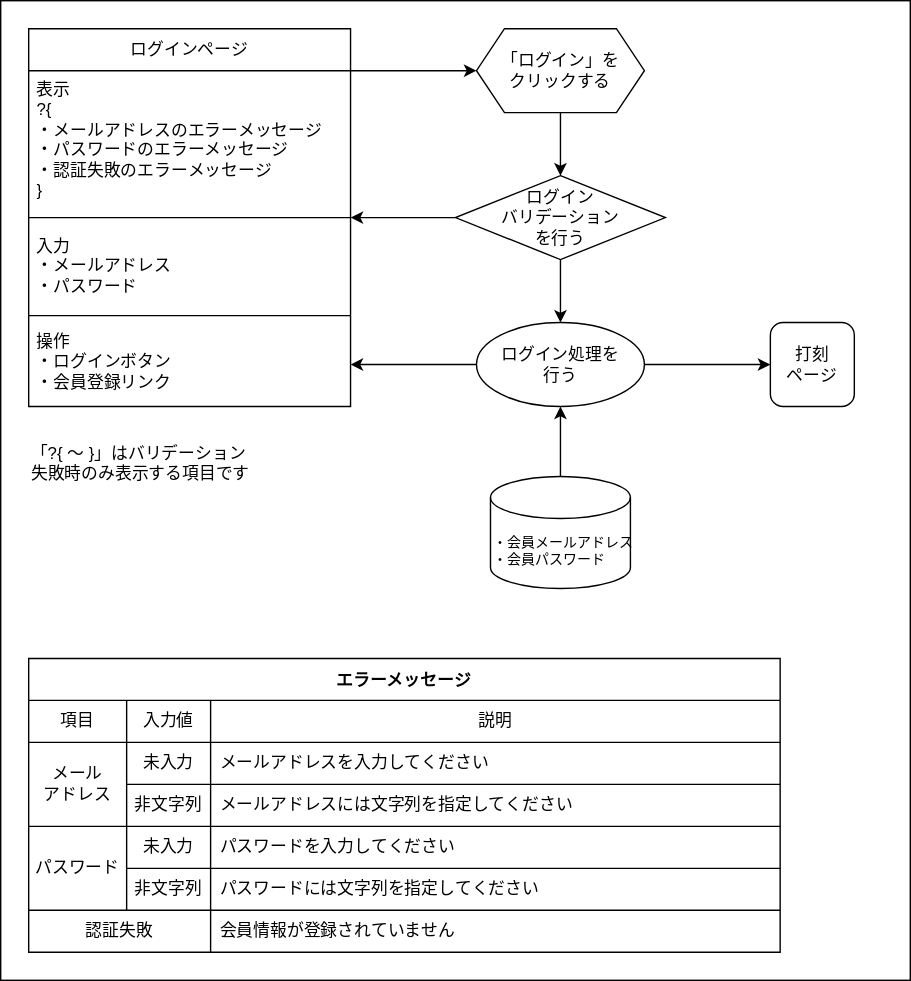
This is doc/画面遷移図/認証ページ/ログイン.drawio.svg from ryamao/atte, a draw.io export, as it was before one commit. Source tidied: cells renumbered, new cells last; positions are measured from the earlier drawing's top-left corner, leaving out a move shared by most shapes.
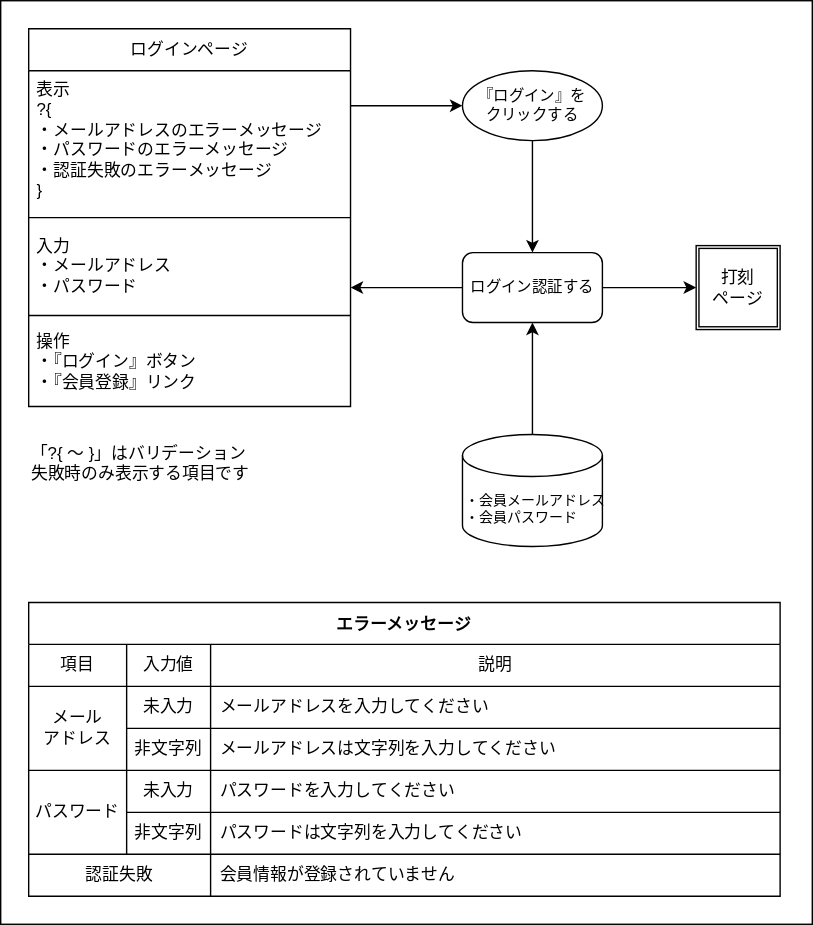
The same diagram one commit later.

What changed in the source:
```diff
@@ -3,7 +3,7 @@
     <mxCell id="0" />
     <mxCell id="1" parent="0" />
     <mxCell id="2" style="rounded=0;whiteSpace=wrap;html=1;" parent="1" vertex="1">
-      <mxGeometry width="650" height="700" as="geometry" />
+      <mxGeometry width="580" height="660" as="geometry" />
     </mxCell>
     <mxCell id="3" value="ログインページ" style="swimlane;fontStyle=0;horizontal=1;startSize=30;whiteSpace=wrap;html=1;flipH=1;flipV=0;" parent="1" vertex="1">
       <mxGeometry x="20" y="20" width="230" height="270" as="geometry" />
@@ -20,41 +20,23 @@
     <mxCell id="7" style="line;strokeWidth=1;html=1;" parent="3" vertex="1">
       <mxGeometry y="200" width="230" height="10" as="geometry" />
     </mxCell>
-    <mxCell id="8" value="操作&lt;br&gt;・ログインボタン&lt;br&gt;・会員登録リンク" style="text;strokeColor=none;fillColor=none;align=left;verticalAlign=top;spacingLeft=4;spacingRight=4;overflow=hidden;portConstraint=eastwest;whiteSpace=wrap;html=1;strokeWidth=1;" parent="3" vertex="1">
+    <mxCell id="8" value="操作&lt;br&gt;・『ログイン』ボタン&lt;br&gt;・『会員登録』リンク" style="text;strokeColor=none;fillColor=none;align=left;verticalAlign=top;spacingLeft=4;spacingRight=4;overflow=hidden;portConstraint=eastwest;whiteSpace=wrap;html=1;strokeWidth=1;" parent="3" vertex="1">
       <mxGeometry y="210" width="230" height="60" as="geometry" />
     </mxCell>
-    <mxCell id="9" value="打刻&lt;br&gt;ページ" style="rounded=1;whiteSpace=wrap;html=1;" parent="1" vertex="1">
-      <mxGeometry x="550" y="230" width="60" height="60" as="geometry" />
-    </mxCell>
-    <mxCell id="10" style="edgeStyle=none;html=1;exitX=1;exitY=0.5;exitDx=0;exitDy=0;entryX=0;entryY=0.5;entryDx=0;entryDy=0;" parent="1" edge="1" source="12" target="9">
+    <mxCell id="10" style="edgeStyle=none;html=1;exitX=1;exitY=0.5;exitDx=0;exitDy=0;entryX=0;entryY=0.5;entryDx=0;entryDy=0;" parent="1" edge="1" source="46" target="9">
       <mxGeometry relative="1" as="geometry" />
     </mxCell>
-    <mxCell id="11" style="edgeStyle=none;html=1;exitX=0;exitY=0.5;exitDx=0;exitDy=0;entryX=1;entryY=0.5;entryDx=0;entryDy=0;" parent="1" edge="1" source="12" target="8">
+    <mxCell id="11" style="edgeStyle=none;html=1;exitX=0;exitY=0.5;exitDx=0;exitDy=0;entryX=1;entryY=0.75;entryDx=0;entryDy=0;" parent="1" edge="1" source="46" target="6">
       <mxGeometry relative="1" as="geometry" />
     </mxCell>
-    <mxCell id="12" value="ログイン処理を&lt;br&gt;行う" style="ellipse;whiteSpace=wrap;html=1;strokeWidth=1;" parent="1" vertex="1">
-      <mxGeometry x="340" y="230" width="120" height="60" as="geometry" />
-    </mxCell>
-    <mxCell id="13" style="edgeStyle=none;html=1;exitX=0.5;exitY=1;exitDx=0;exitDy=0;entryX=0.5;entryY=0;entryDx=0;entryDy=0;" parent="1" edge="1" source="14" target="18">
+    <mxCell id="13" style="edgeStyle=none;html=1;exitX=0.5;exitY=1;exitDx=0;exitDy=0;entryX=0.5;entryY=0;entryDx=0;entryDy=0;" parent="1" edge="1" source="45" target="46">
       <mxGeometry relative="1" as="geometry" />
     </mxCell>
-    <mxCell id="14" value="「ログイン」を&lt;br&gt;クリックする" style="shape=hexagon;perimeter=hexagonPerimeter2;whiteSpace=wrap;html=1;fixedSize=1;strokeWidth=1;" parent="1" vertex="1">
-      <mxGeometry x="340" y="20" width="120" height="60" as="geometry" />
-    </mxCell>
-    <mxCell id="15" style="edgeStyle=none;html=1;entryX=0;entryY=0.5;entryDx=0;entryDy=0;exitX=1;exitY=0;exitDx=0;exitDy=0;" parent="1" edge="1" source="4" target="14">
+    <mxCell id="15" style="edgeStyle=none;html=1;exitX=1;exitY=0.25;exitDx=0;exitDy=0;" parent="1" edge="1" source="4" target="45">
       <mxGeometry relative="1" as="geometry" />
     </mxCell>
-    <mxCell id="16" style="edgeStyle=none;html=1;exitX=0.5;exitY=1;exitDx=0;exitDy=0;entryX=0.5;entryY=0;entryDx=0;entryDy=0;" parent="1" edge="1" source="18" target="12">
-      <mxGeometry relative="1" as="geometry" />
-    </mxCell>
-    <mxCell id="17" style="edgeStyle=none;html=1;exitX=0;exitY=0.5;exitDx=0;exitDy=0;entryX=1;entryY=0.5;entryDx=0;entryDy=0;entryPerimeter=0;" parent="1" edge="1" source="18" target="5">
-      <mxGeometry relative="1" as="geometry" />
-    </mxCell>
-    <mxCell id="18" value="ログイン&lt;br&gt;バリデーション&lt;br&gt;を行う" style="rhombus;whiteSpace=wrap;html=1;" parent="1" vertex="1">
-      <mxGeometry x="325" y="125" width="150" height="60" as="geometry" />
-    </mxCell>
     <mxCell id="19" value="エラーメッセージ" style="shape=table;startSize=30;fontStyle=1;align=center;" parent="1" vertex="1">
-      <mxGeometry x="20" y="470" width="537" height="210" as="geometry" />
+      <mxGeometry x="20" y="430" width="537" height="210" as="geometry" />
     </mxCell>
     <mxCell id="20" style="shape=tableRow;horizontal=0;startSize=0;swimlaneHead=0;swimlaneBody=0;top=0;left=0;bottom=0;right=0;fillColor=none;" parent="19" vertex="1">
       <mxGeometry y="30" width="537" height="30" as="geometry" />
@@ -86,7 +68,7 @@
     <mxCell id="29" value="非文字列" style="shape=partialRectangle;html=1;whiteSpace=wrap;fillColor=none;top=0;left=0;bottom=0;right=0;overflow=hidden;" parent="28" vertex="1">
       <mxGeometry x="70" width="60" height="30" as="geometry" />
     </mxCell>
-    <mxCell id="30" value="メールアドレスには文字列を指定してください" style="shape=partialRectangle;html=1;whiteSpace=wrap;fillColor=none;top=0;left=0;bottom=0;right=0;overflow=hidden;align=left;spacingLeft=5;" parent="28" vertex="1">
+    <mxCell id="30" value="メールアドレスは文字列を入力してください" style="shape=partialRectangle;html=1;whiteSpace=wrap;fillColor=none;top=0;left=0;bottom=0;right=0;overflow=hidden;align=left;spacingLeft=5;" parent="28" vertex="1">
       <mxGeometry x="130" width="407" height="30" as="geometry" />
     </mxCell>
     <mxCell id="31" style="shape=tableRow;horizontal=0;startSize=0;swimlaneHead=0;swimlaneBody=0;top=0;left=0;bottom=0;right=0;fillColor=none;" parent="19" vertex="1">
@@ -107,7 +89,7 @@
     <mxCell id="36" value="非文字列" style="shape=partialRectangle;html=1;whiteSpace=wrap;fillColor=none;top=0;left=0;bottom=0;right=0;overflow=hidden;" parent="35" vertex="1">
       <mxGeometry x="70" width="60" height="30" as="geometry" />
     </mxCell>
-    <mxCell id="37" value="パスワードには文字列を指定してください" style="shape=partialRectangle;html=1;whiteSpace=wrap;fillColor=none;top=0;left=0;bottom=0;right=0;overflow=hidden;align=left;spacingLeft=5;" parent="35" vertex="1">
+    <mxCell id="37" value="パスワードは文字列を入力してください" style="shape=partialRectangle;html=1;whiteSpace=wrap;fillColor=none;top=0;left=0;bottom=0;right=0;overflow=hidden;align=left;spacingLeft=5;" parent="35" vertex="1">
       <mxGeometry x="130" width="407" height="30" as="geometry" />
     </mxCell>
     <mxCell id="38" style="shape=tableRow;horizontal=0;startSize=0;swimlaneHead=0;swimlaneBody=0;top=0;left=0;bottom=0;right=0;fillColor=none;" parent="19" vertex="1">
@@ -119,14 +101,23 @@
     <mxCell id="40" value="会員情報が登録されていません" style="shape=partialRectangle;html=1;whiteSpace=wrap;fillColor=none;top=0;left=0;bottom=0;right=0;overflow=hidden;align=left;spacingLeft=5;" parent="38" vertex="1">
       <mxGeometry x="130" width="407" height="30" as="geometry" />
     </mxCell>
-    <mxCell id="41" style="edgeStyle=none;html=1;exitX=0.5;exitY=0;exitDx=0;exitDy=0;exitPerimeter=0;entryX=0.5;entryY=1;entryDx=0;entryDy=0;" parent="1" edge="1" source="42" target="12">
-      <mxGeometry relative="1" as="geometry" />
-    </mxCell>
+    <mxCell id="44" style="edgeStyle=none;html=1;exitX=0.5;exitY=0;exitDx=0;exitDy=0;exitPerimeter=0;entryX=0.5;entryY=1;entryDx=0;entryDy=0;fontSize=11;" parent="1" edge="1" source="42" target="46">
+      <mxGeometry relative="1" as="geometry" />
+    </mxCell>
     <mxCell id="42" value="・会員メールアドレス&lt;br style=&quot;font-size: 10px;&quot;&gt;・会員パスワード" style="shape=cylinder3;html=1;boundedLbl=1;backgroundOutline=1;size=15;align=left;fontSize=10;" parent="1" vertex="1">
-      <mxGeometry x="350" y="340" width="100" height="80" as="geometry" />
+      <mxGeometry x="330" y="310" width="100" height="80" as="geometry" />
     </mxCell>
     <mxCell id="43" value="「?{ 〜 }」はバリデーション失敗時のみ表示する項目です" style="text;html=1;strokeColor=none;fillColor=none;align=left;verticalAlign=top;whiteSpace=wrap;rounded=0;" parent="1" vertex="1">
       <mxGeometry x="20" y="310" width="160" height="40" as="geometry" />
     </mxCell>
+    <mxCell id="45" value="『ログイン』を&lt;br&gt;クリックする" style="ellipse;whiteSpace=wrap;html=1;fontSize=11;" parent="1" vertex="1">
+      <mxGeometry x="330" y="50" width="100" height="50" as="geometry" />
+    </mxCell>
+    <mxCell id="46" value="ログイン認証する" style="rounded=1;whiteSpace=wrap;html=1;fontSize=11;" parent="1" vertex="1">
+      <mxGeometry x="330" y="180" width="100" height="50" as="geometry" />
+    </mxCell>
+    <mxCell id="9" value="打刻&lt;br&gt;ページ" style="shape=ext;double=1;whiteSpace=wrap;html=1;" parent="1" vertex="1">
+      <mxGeometry x="497" y="175" width="60" height="60" as="geometry" />
+    </mxCell>
   </root>
 </mxGraphModel>
```
